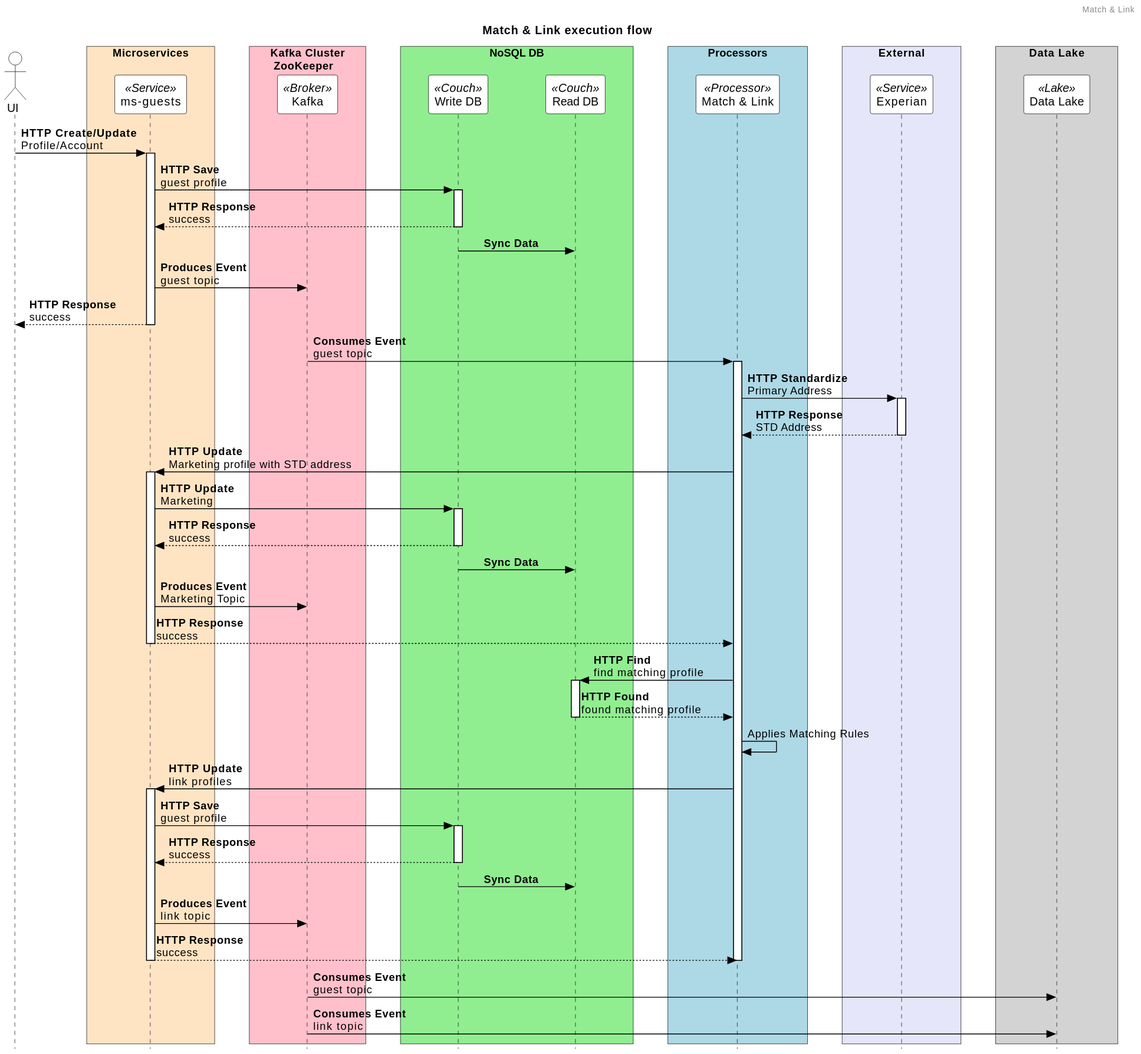
Earlier version of the PlantUML export dist/assets/diagrams/sequence/match-link-read-db.svg (kaaljabr/presentation).
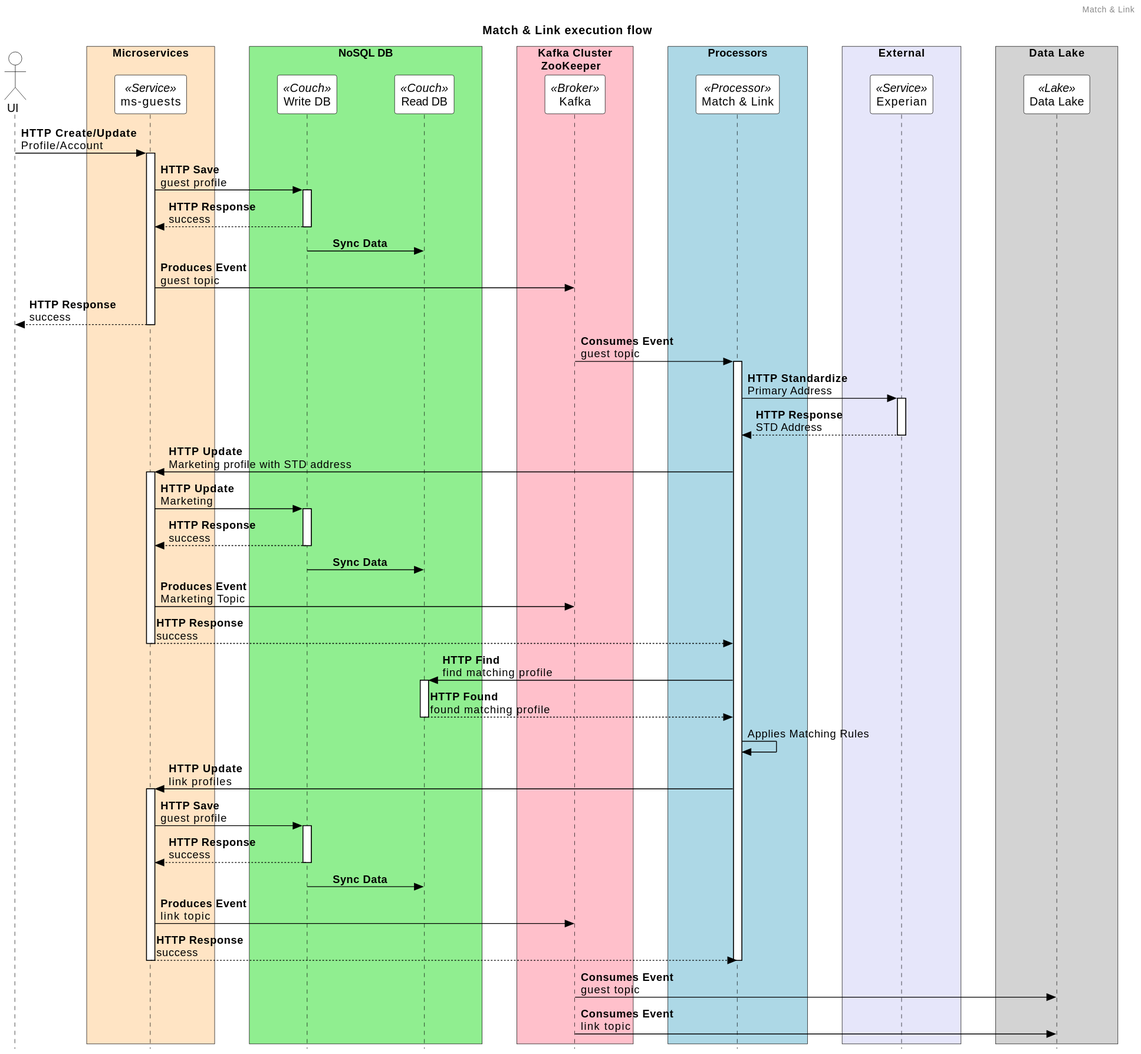
Above is the later version.

What changed in the source:
```diff
@@ -10,13 +10,14 @@
     participant "ms-guests" as ms_guests <<Service>>
 end box
 
-box "Kafka Cluster\n ZooKeeper" #Pink
-    participant "Kafka" as broker <<Broker>>
-end box
 
 box "NoSQL DB" #LightGreen
     participant "Write DB" as write_db <<Couch>>
     participant "Read DB" as read_db <<Couch>>
+end box
+
+box "Kafka Cluster\n ZooKeeper" #Pink
+    participant "Kafka" as broker <<Broker>>
 end box
 
 box "Processors" #LightBlue
```
